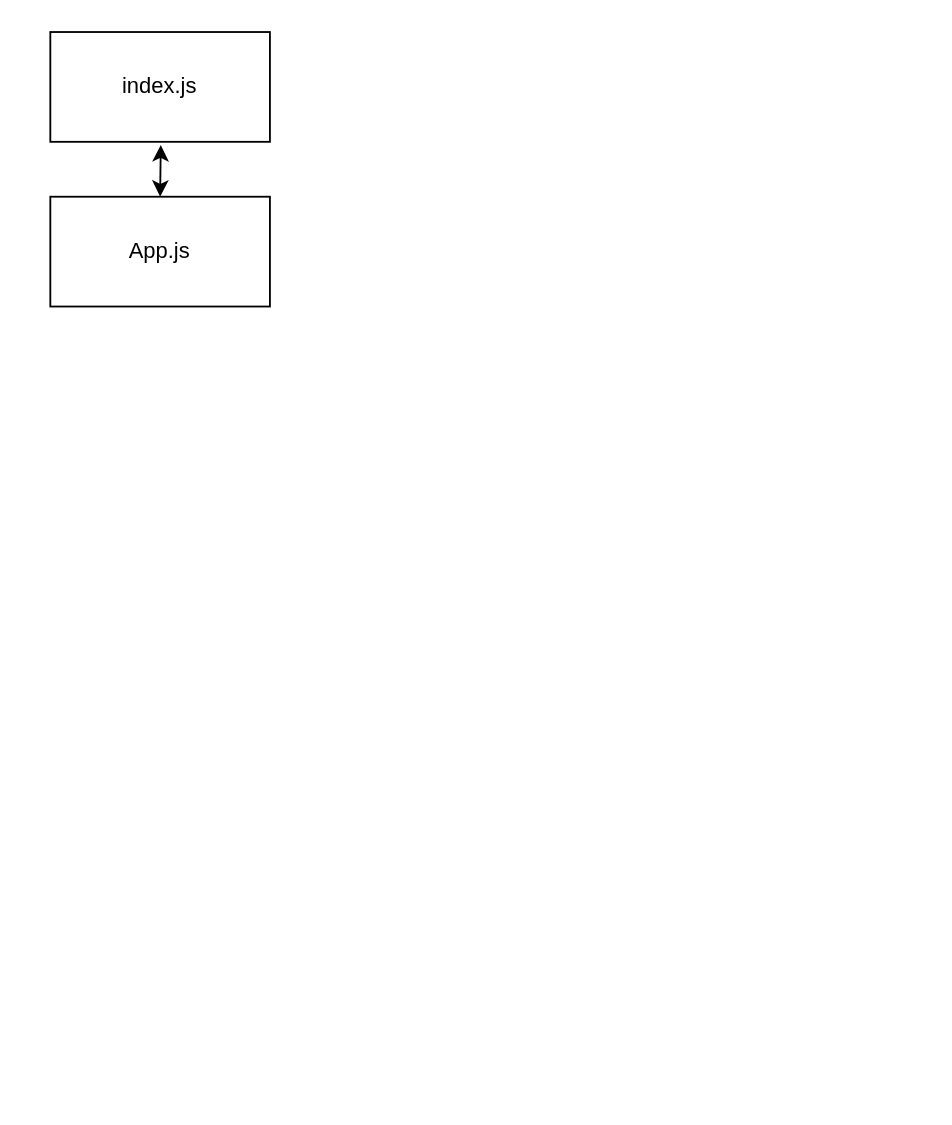
Above: Untitled Diagram.drawio in FusRaDa/pcr-paperwork-website-draw (draw.io), before the change. Source tidied: cells renumbered, new cells numbered last; positions are measured from the earlier drawing's top-left corner, leaving out a move shared by most shapes. Both pictures are drawn from the tidied source at 183%, with x=0, y=0 at pixel (49, 31).
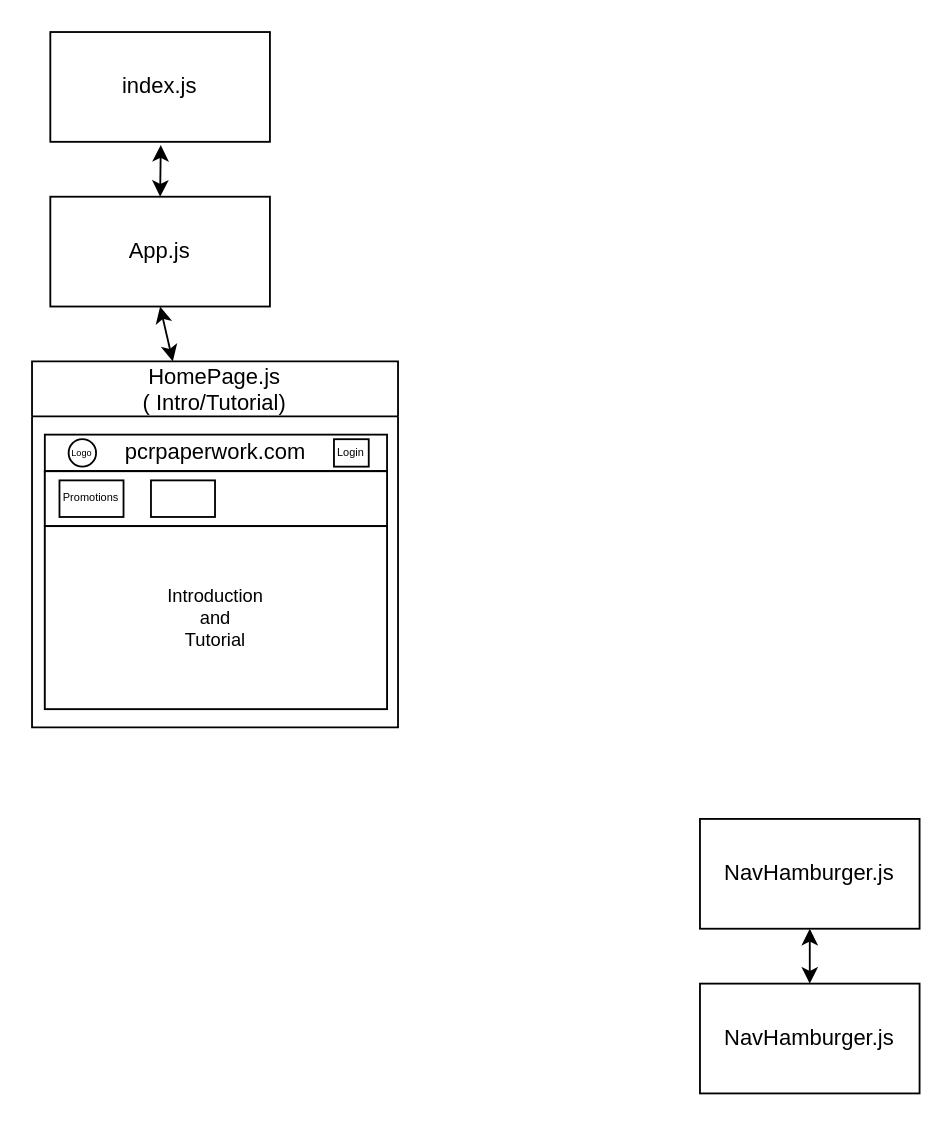
The same page after the edit.

Diff of the diagram source:
```diff
@@
 <mxGraphModel>
   <root>
     <mxCell id="0" />
     <mxCell id="1" parent="0" />
     <mxCell id="2" value="App.js" style="rounded=0;whiteSpace=wrap;html=1;" parent="1" vertex="1">
       <mxGeometry y="90" width="120" height="60" as="geometry" />
     </mxCell>
     <mxCell id="3" value="index.js" style="rounded=0;whiteSpace=wrap;html=1;" parent="1" vertex="1">
       <mxGeometry width="120" height="60" as="geometry" />
     </mxCell>
     <mxCell id="4" style="endArrow=classic;startArrow=classic;html=1;rounded=0;entryX=0.503;entryY=1.029;entryDx=0;entryDy=0;entryPerimeter=0;exitX=0.5;exitY=0;exitDx=0;exitDy=0;" parent="1" edge="1" source="2" target="3">
       <mxGeometry relative="1" as="geometry" />
     </mxCell>
+    <mxCell id="5" value="NavHamburger.js" style="rounded=0;whiteSpace=wrap;html=1;" parent="1" vertex="1">
+      <mxGeometry x="355" y="430" width="120" height="60" as="geometry" />
+    </mxCell>
+    <mxCell id="6" value="NavHamburger.js" style="rounded=0;whiteSpace=wrap;html=1;" parent="1" vertex="1">
+      <mxGeometry x="355" y="520" width="120" height="60" as="geometry" />
+    </mxCell>
+    <mxCell id="7" style="endArrow=classic;startArrow=classic;html=1;rounded=0;entryX=0.5;entryY=1;entryDx=0;entryDy=0;" parent="1" edge="1" source="6" target="5">
+      <mxGeometry relative="1" as="geometry" />
+    </mxCell>
+    <mxCell id="8" value="HomePage.js&#10;( Intro/Tutorial)" style="swimlane;startSize=30;fontStyle=0;" parent="1" vertex="1">
+      <mxGeometry x="-10" y="180" width="200" height="200" as="geometry" />
+    </mxCell>
+    <mxCell id="9" value="pcrpaperwork.com" style="rounded=0;whiteSpace=wrap;html=1;align=center;" parent="8" vertex="1">
+      <mxGeometry x="7" y="40" width="187" height="20" as="geometry" />
+    </mxCell>
+    <mxCell id="10" style="rounded=0;whiteSpace=wrap;html=1;" parent="8" vertex="1">
+      <mxGeometry x="7" y="60" width="187" height="130" as="geometry" />
+    </mxCell>
+    <mxCell id="11" style="rounded=0;whiteSpace=wrap;html=1;fontSize=7;" parent="8" vertex="1">
+      <mxGeometry x="7" y="60" width="187" height="30" as="geometry" />
+    </mxCell>
+    <mxCell id="12" value="&lt;font style=&quot;font-size: 5px;&quot;&gt;Logo&lt;/font&gt;" style="ellipse;whiteSpace=wrap;html=1;fontSize=7;" parent="8" vertex="1">
+      <mxGeometry x="20" y="42.5" width="15" height="15" as="geometry" />
+    </mxCell>
+    <mxCell id="13" value="&lt;font size=&quot;1&quot;&gt;Introduction&lt;br&gt;and&lt;br&gt;Tutorial&lt;br&gt;&lt;/font&gt;" style="rounded=0;whiteSpace=wrap;html=1;fontSize=5;" parent="8" vertex="1">
+      <mxGeometry x="7" y="90" width="187" height="100" as="geometry" />
+    </mxCell>
+    <mxCell id="14" value="Login" style="rounded=0;whiteSpace=wrap;html=1;fontSize=6;" parent="8" vertex="1">
+      <mxGeometry x="165" y="42.5" width="19" height="15" as="geometry" />
+    </mxCell>
+    <mxCell id="15" value="Promotions" style="rounded=0;whiteSpace=wrap;html=1;fontSize=6;" parent="8" vertex="1">
+      <mxGeometry x="15" y="65" width="35" height="20" as="geometry" />
+    </mxCell>
+    <mxCell id="16" style="rounded=0;whiteSpace=wrap;html=1;fontSize=6;" parent="8" vertex="1">
+      <mxGeometry x="65" y="65" width="35" height="20" as="geometry" />
+    </mxCell>
+    <mxCell id="17" style="endArrow=classic;startArrow=classic;html=1;rounded=0;entryX=0.5;entryY=1;entryDx=0;entryDy=0;" parent="1" edge="1" source="8" target="2">
+      <mxGeometry relative="1" as="geometry" />
+    </mxCell>
   </root>
 </mxGraphModel>
```
